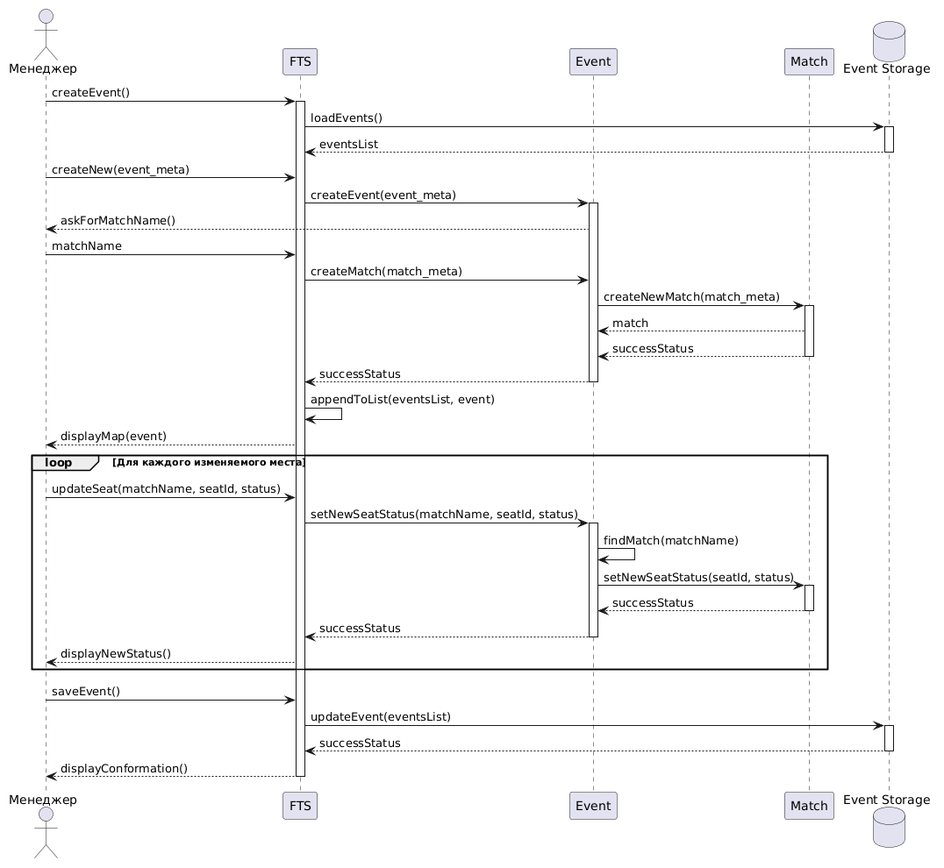
The PlantUML diagram source/diagram3.png in penamarth/bsbo-11-24_team5_var10_football, before a commit.
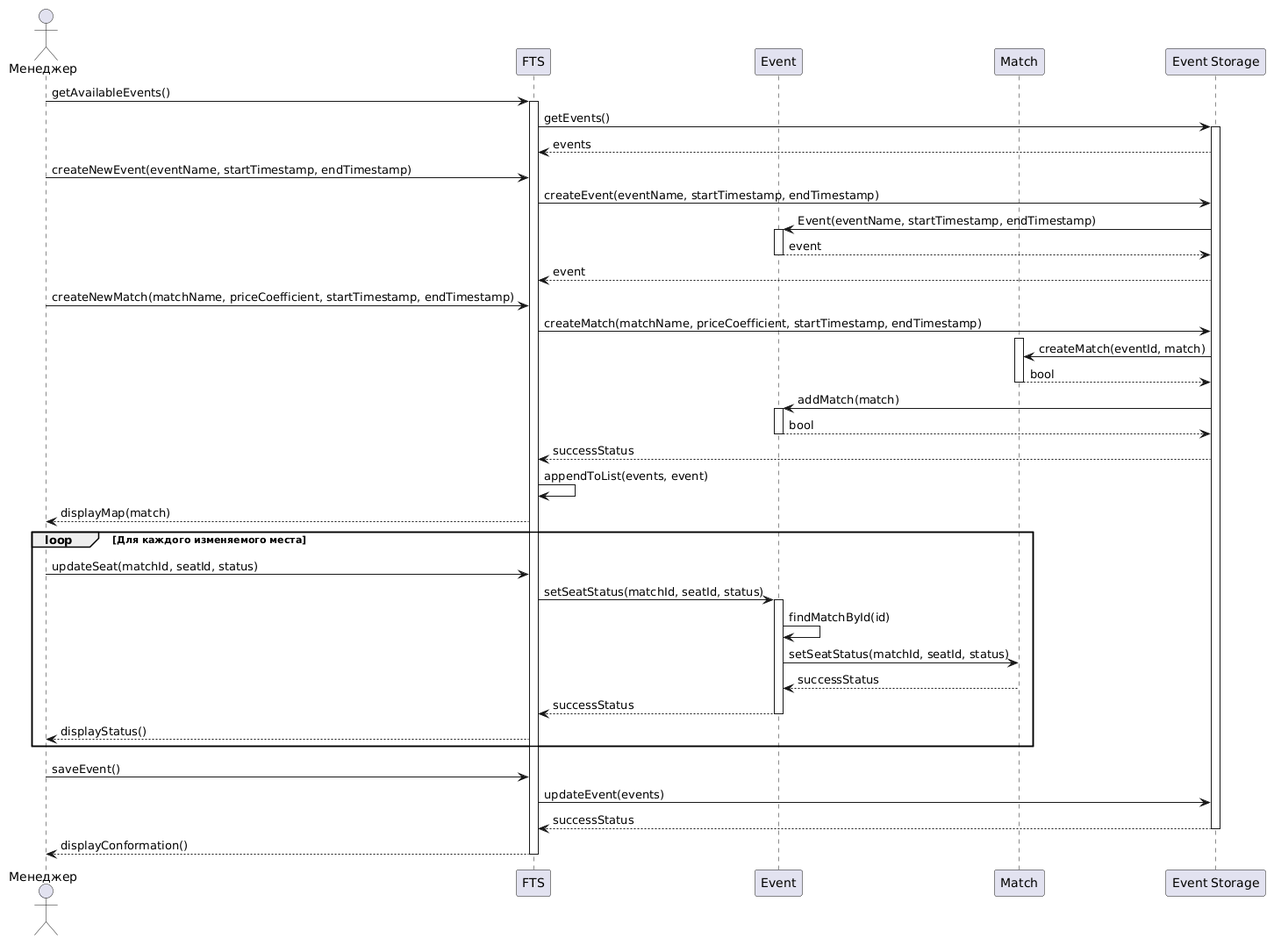
The same file after the commit.

Commit message:
Made Class Diagram Changes, Precedent Diagram and written some code, but it may not work

What changed in the source:
```diff
@@ -4,48 +4,53 @@
 participant "FTS" as Controller
 participant "Event" as Event
 participant "Match" as Match
-database "Event Storage" as DB
+participant "Event Storage" as DB
 
-Manager -> Controller : createEvent()
+Manager -> Controller : getAvailableEvents()
 activate Controller
-Controller -> DB : loadEvents()
+Controller -> DB : getEvents()
 activate DB
-DB --> Controller : eventsList
-deactivate DB
-Manager -> Controller : createNew(event_meta)
-Controller -> Event : createEvent(event_meta)
+DB --> Controller : events
+
+Manager -> Controller : createNewEvent(eventName, startTimestamp, endTimestamp)
+Controller -> DB : createEvent(eventName, startTimestamp, endTimestamp)
+DB -> Event : Event(eventName, startTimestamp, endTimestamp)
 activate Event
-Event --> Manager : askForMatchName()
-Manager -> Controller : matchName
-Controller -> Event : createMatch(match_meta)
-Event -> Match : createNewMatch(match_meta)
+Event --> DB : event
+deactivate Event
+DB --> Controller : event
+Manager -> Controller : createNewMatch(matchName, priceCoefficient, startTimestamp, endTimestamp)
+Controller -> DB : createMatch(matchName, priceCoefficient, startTimestamp, endTimestamp)
+
 activate Match
-Match --> Event : match
+DB -> Match : createMatch(eventId, match)
+Match --> DB : bool
+deactivate Match
+DB -> Event : addMatch(match)
+activate Event
+Event --> DB : bool
+deactivate Event
+DB --> Controller : successStatus
 
-Match --> Event : successStatus
-deactivate Match
-Event --> Controller : successStatus
 deactivate Event
-Controller -> Controller : appendToList(eventsList, event)
-Controller --> Manager : displayMap(event)
+Controller -> Controller : appendToList(events, event)
+Controller --> Manager : displayMap(match)
 
 loop Для каждого изменяемого места
-    Manager -> Controller : updateSeat(matchName, seatId, status)
-    Controller -> Event : setNewSeatStatus(matchName, seatId, status)
+    Manager -> Controller : updateSeat(matchId, seatId, status)
+    Controller -> Event : setSeatStatus(matchId, seatId, status)
     activate Event
-    Event -> Event : findMatch(matchName)
-    Event -> Match : setNewSeatStatus(seatId, status)
-    activate Match
+    Event -> Event : findMatchById(id)
+    Event -> Match : setSeatStatus(matchId, seatId, status)
     Match --> Event : successStatus
     deactivate Match
     Event --> Controller : successStatus
     deactivate Event
-    Controller --> Manager : displayNewStatus()
+    Controller --> Manager : displayStatus()
 end
 
 Manager -> Controller : saveEvent()
-Controller -> DB : updateEvent(eventsList)
-activate DB
+Controller -> DB : updateEvent(events)
 DB --> Controller : successStatus
 deactivate DB
 Controller --> Manager : displayConformation()
```
